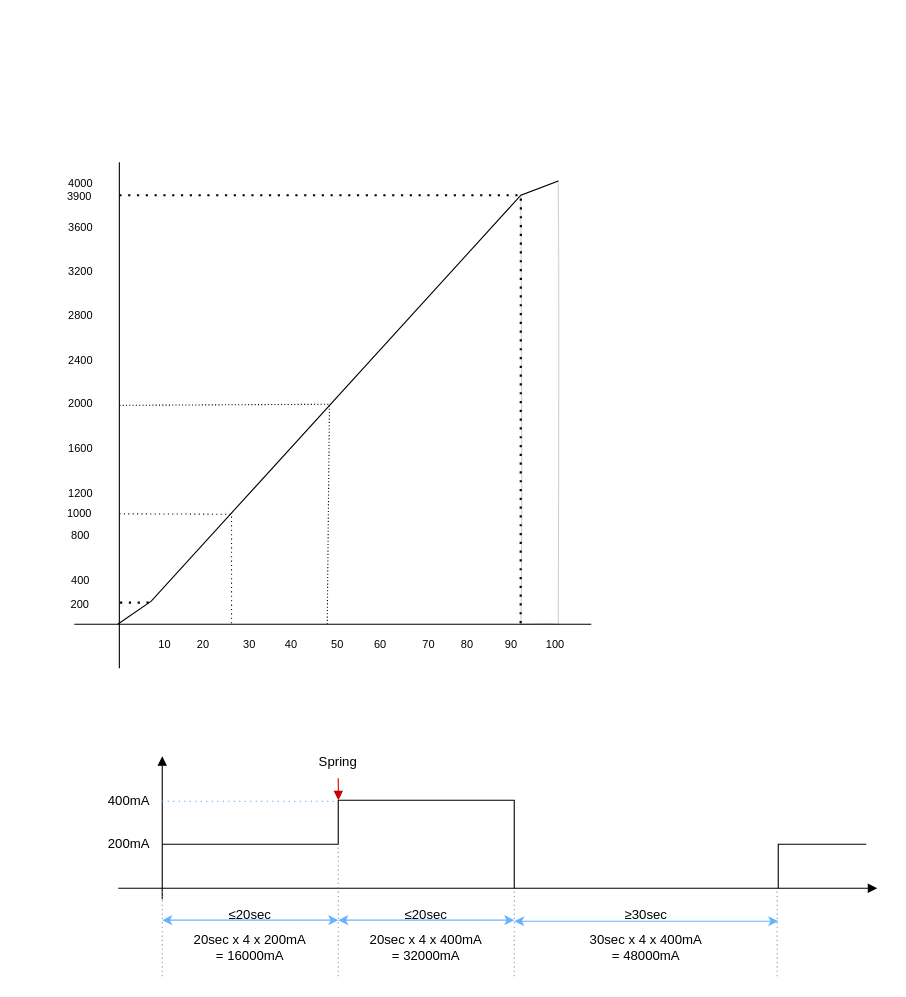
The draw.io diagram Untitled Diagram.drawio in mightyZap25/Manual, before the edit. Source tidied: cells renumbered, new cells numbered last; positions are measured from the earlier drawing's top-left corner, leaving out a move shared by most shapes. Both pictures are drawn from the tidied source at 110%, with x=0, y=0 at pixel (31, 162).
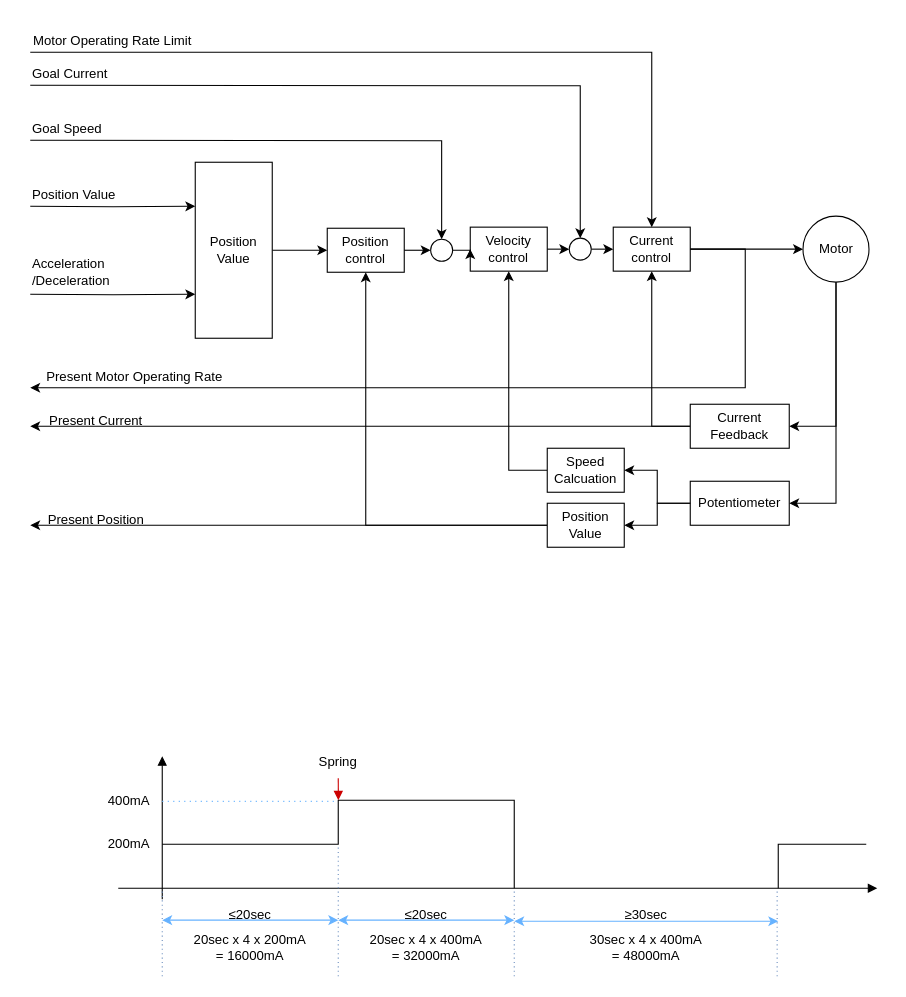
The same diagram, later.

What changed in the source:
```diff
@@
-    <mxCell id="24" style="endArrow=none;html=1;rounded=0;" parent="1" edge="1">
-      <mxGeometry relative="1" as="geometry">
-        <mxPoint x="80" y="460" as="sourcePoint" />
-        <mxPoint x="80" as="targetPoint" />
-      </mxGeometry>
-    </mxCell>
-    <mxCell id="25" style="endArrow=none;html=1;rounded=0;" parent="1" edge="1">
-      <mxGeometry relative="1" as="geometry">
-        <mxPoint x="39" y="420" as="sourcePoint" />
-        <mxPoint x="509" y="420" as="targetPoint" />
-      </mxGeometry>
-    </mxCell>
-    <mxCell id="26" style="endArrow=none;html=1;rounded=0;entryX=1;entryY=0;entryDx=0;entryDy=0;" parent="1" edge="1" target="28">
-      <mxGeometry relative="1" as="geometry">
-        <mxPoint x="78.5" y="420" as="sourcePoint" />
-        <Array as="points">
-          <mxPoint x="109" y="399" />
-          <mxPoint x="445" y="30" />
-        </Array>
-      </mxGeometry>
-    </mxCell>
-    <mxCell id="27" style="verticalLabelPosition=bottom;verticalAlign=top;html=1;shape=mxgraph.basic.orthogonal_triangle;rotation=-90;strokeColor=none;sketch=1;strokeWidth=0;fillColor=#3399FF;" parent="1" vertex="1">
-      <mxGeometry x="85.1" y="396.6" width="18.8" height="28.5" as="geometry" />
-    </mxCell>
-    <mxCell id="28" style="shape=manualInput;whiteSpace=wrap;html=1;sketch=1;strokeColor=default;strokeWidth=0;fillColor=#3399FF;size=13;" parent="1" vertex="1">
-      <mxGeometry x="445" y="17" width="34" height="403" as="geometry" />
-    </mxCell>
-    <mxCell id="29" value="10" style="text;html=1;strokeColor=none;fillColor=none;align=center;verticalAlign=middle;whiteSpace=wrap;rounded=0;sketch=1;fontSize=10;" parent="1" vertex="1">
-      <mxGeometry x="103.8" y="430" width="35.2" height="15.2" as="geometry" />
-    </mxCell>
-    <mxCell id="30" value="400" style="text;html=1;strokeColor=none;fillColor=none;align=center;verticalAlign=middle;whiteSpace=wrap;rounded=0;sketch=1;fontSize=10;" parent="1" vertex="1">
-      <mxGeometry x="0.1" y="373" width="90" height="13.2" as="geometry" />
-    </mxCell>
-    <mxCell id="31" value="20" style="text;html=1;strokeColor=none;fillColor=none;align=center;verticalAlign=middle;whiteSpace=wrap;rounded=0;sketch=1;fontSize=10;" parent="1" vertex="1">
-      <mxGeometry x="139" y="430" width="35.2" height="15.2" as="geometry" />
-    </mxCell>
-    <mxCell id="32" value="30" style="text;html=1;strokeColor=none;fillColor=none;align=center;verticalAlign=middle;whiteSpace=wrap;rounded=0;sketch=1;fontSize=10;" parent="1" vertex="1">
-      <mxGeometry x="181.4" y="430" width="35.2" height="15.2" as="geometry" />
-    </mxCell>
-    <mxCell id="33" value="40" style="text;html=1;strokeColor=none;fillColor=none;align=center;verticalAlign=middle;whiteSpace=wrap;rounded=0;sketch=1;fontSize=10;" parent="1" vertex="1">
-      <mxGeometry x="219" y="430" width="35.2" height="15.2" as="geometry" />
-    </mxCell>
-    <mxCell id="34" value="50" style="text;html=1;strokeColor=none;fillColor=none;align=center;verticalAlign=middle;whiteSpace=wrap;rounded=0;sketch=1;fontSize=10;" parent="1" vertex="1">
-      <mxGeometry x="261.4" y="430" width="35.2" height="15.2" as="geometry" />
-    </mxCell>
-    <mxCell id="35" value="60" style="text;html=1;strokeColor=none;fillColor=none;align=center;verticalAlign=middle;whiteSpace=wrap;rounded=0;sketch=1;fontSize=10;" parent="1" vertex="1">
-      <mxGeometry x="299.5" y="430" width="35.2" height="15.2" as="geometry" />
-    </mxCell>
-    <mxCell id="36" value="70" style="text;html=1;strokeColor=none;fillColor=none;align=center;verticalAlign=middle;whiteSpace=wrap;rounded=0;sketch=1;fontSize=10;" parent="1" vertex="1">
-      <mxGeometry x="343.5" y="430" width="35.2" height="15.2" as="geometry" />
-    </mxCell>
-    <mxCell id="37" value="80" style="text;html=1;strokeColor=none;fillColor=none;align=center;verticalAlign=middle;whiteSpace=wrap;rounded=0;sketch=1;fontSize=10;" parent="1" vertex="1">
-      <mxGeometry x="378.8" y="430" width="35.2" height="15.2" as="geometry" />
-    </mxCell>
-    <mxCell id="38" value="90" style="text;html=1;strokeColor=none;fillColor=none;align=center;verticalAlign=middle;whiteSpace=wrap;rounded=0;sketch=1;fontSize=10;" parent="1" vertex="1">
-      <mxGeometry x="419" y="430" width="35.2" height="15.2" as="geometry" />
-    </mxCell>
-    <mxCell id="39" value="100" style="text;html=1;strokeColor=none;fillColor=none;align=center;verticalAlign=middle;whiteSpace=wrap;rounded=0;sketch=1;fontSize=10;" parent="1" vertex="1">
-      <mxGeometry x="459" y="430" width="35.2" height="15.2" as="geometry" />
-    </mxCell>
-    <mxCell id="40" value="800" style="text;html=1;strokeColor=none;fillColor=none;align=center;verticalAlign=middle;whiteSpace=wrap;rounded=0;sketch=1;fontSize=10;" parent="1" vertex="1">
-      <mxGeometry x="0.1" y="331" width="90" height="15.2" as="geometry" />
-    </mxCell>
-    <mxCell id="41" value="1200" style="text;html=1;strokeColor=none;fillColor=none;align=center;verticalAlign=middle;whiteSpace=wrap;rounded=0;sketch=1;fontSize=10;" parent="1" vertex="1">
-      <mxGeometry x="0.1" y="293" width="90" height="15.2" as="geometry" />
-    </mxCell>
-    <mxCell id="42" value="1600" style="text;html=1;strokeColor=none;fillColor=none;align=center;verticalAlign=middle;whiteSpace=wrap;rounded=0;sketch=1;fontSize=10;" parent="1" vertex="1">
-      <mxGeometry x="0.1" y="252" width="90" height="15.2" as="geometry" />
-    </mxCell>
-    <mxCell id="43" value="2000" style="text;html=1;strokeColor=none;fillColor=none;align=center;verticalAlign=middle;whiteSpace=wrap;rounded=0;sketch=1;fontSize=10;" parent="1" vertex="1">
-      <mxGeometry x="0.1" y="211" width="90" height="15.2" as="geometry" />
-    </mxCell>
-    <mxCell id="44" value="2400" style="text;html=1;strokeColor=none;fillColor=none;align=center;verticalAlign=middle;whiteSpace=wrap;rounded=0;sketch=1;fontSize=10;" parent="1" vertex="1">
-      <mxGeometry x="0.1" y="172.4" width="90" height="15.2" as="geometry" />
-    </mxCell>
-    <mxCell id="45" value="2800" style="text;html=1;strokeColor=none;fillColor=none;align=center;verticalAlign=middle;whiteSpace=wrap;rounded=0;sketch=1;fontSize=10;" parent="1" vertex="1">
-      <mxGeometry x="0.1" y="131" width="90" height="15.2" as="geometry" />
-    </mxCell>
-    <mxCell id="46" value="3200" style="text;html=1;strokeColor=none;fillColor=none;align=center;verticalAlign=middle;whiteSpace=wrap;rounded=0;sketch=1;fontSize=10;" parent="1" vertex="1">
-      <mxGeometry x="0.1" y="91.8" width="90" height="15.2" as="geometry" />
-    </mxCell>
-    <mxCell id="47" value="3600" style="text;html=1;strokeColor=none;fillColor=none;align=center;verticalAlign=middle;whiteSpace=wrap;rounded=0;sketch=1;fontSize=10;" parent="1" vertex="1">
-      <mxGeometry x="0.1" y="51" width="90" height="15.2" as="geometry" />
-    </mxCell>
-    <mxCell id="48" value="4000" style="text;html=1;strokeColor=none;fillColor=none;align=center;verticalAlign=middle;whiteSpace=wrap;rounded=0;sketch=1;fontSize=10;" parent="1" vertex="1">
-      <mxGeometry x="0.1" y="11" width="90" height="15.2" as="geometry" />
-    </mxCell>
-    <mxCell id="49" value="200" style="text;html=1;strokeColor=none;fillColor=none;align=center;verticalAlign=middle;whiteSpace=wrap;rounded=0;sketch=1;fontSize=10;" parent="1" vertex="1">
-      <mxGeometry x="9" y="395.3" width="71" height="13.2" as="geometry" />
-    </mxCell>
-    <mxCell id="50" value="3900" style="text;html=1;strokeColor=none;fillColor=none;align=center;verticalAlign=middle;whiteSpace=wrap;rounded=0;sketch=1;fontSize=10;" parent="1" vertex="1">
-      <mxGeometry x="9" y="23.2" width="70" height="15.2" as="geometry" />
-    </mxCell>
-    <mxCell id="51" value="1000" style="text;html=1;strokeColor=none;fillColor=none;align=center;verticalAlign=middle;whiteSpace=wrap;rounded=0;sketch=1;fontSize=10;" parent="1" vertex="1">
-      <mxGeometry x="9" y="311.8" width="70" height="15.2" as="geometry" />
-    </mxCell>
-    <mxCell id="52" style="endArrow=none;dashed=1;html=1;dashPattern=1 3;strokeWidth=2;rounded=0;fontSize=10;exitX=1.009;exitY=0.387;exitDx=0;exitDy=0;spacing=0;exitPerimeter=0;entryX=1.066;entryY=0.994;entryDx=0;entryDy=0;entryPerimeter=0;" parent="1" edge="1" source="49" target="27">
-      <mxGeometry relative="1" as="geometry" />
-    </mxCell>
-    <mxCell id="53" style="endArrow=none;dashed=1;html=1;dashPattern=1 3;strokeWidth=1;rounded=0;fontSize=10;exitX=1;exitY=0.5;exitDx=0;exitDy=0;spacing=0;" parent="1" edge="1">
-      <mxGeometry relative="1" as="geometry">
-        <mxPoint x="80.1" y="319.6" as="sourcePoint" />
-        <mxPoint x="182" y="420" as="targetPoint" />
-        <Array as="points">
-          <mxPoint x="182" y="320" />
-        </Array>
-      </mxGeometry>
-    </mxCell>
-    <mxCell id="54" style="endArrow=none;dashed=1;html=1;dashPattern=1 3;strokeWidth=2;rounded=0;fontSize=10;spacing=0;entryX=-0.005;entryY=1.008;entryDx=0;entryDy=0;entryPerimeter=0;" parent="1" edge="1" target="28">
-      <mxGeometry relative="1" as="geometry">
-        <mxPoint x="80" y="30" as="sourcePoint" />
-        <Array as="points">
-          <mxPoint x="445" y="30" />
-        </Array>
-      </mxGeometry>
-    </mxCell>
-    <mxCell id="55" style="endArrow=none;dashed=1;html=1;dashPattern=1 2;strokeWidth=1;rounded=0;fontSize=10;exitX=1;exitY=0.5;exitDx=0;exitDy=0;spacing=0;" parent="1" edge="1">
-      <mxGeometry relative="1" as="geometry">
-        <mxPoint x="80" y="221" as="sourcePoint" />
-        <mxPoint x="269" y="420" as="targetPoint" />
-        <Array as="points">
-          <mxPoint x="271" y="220" />
-        </Array>
-      </mxGeometry>
-    </mxCell>
+    <mxCell id="56" style="group;" parent="1" vertex="1">
+      <mxGeometry x="-11" y="-130" width="772.5" height="480" as="geometry" />
+    </mxCell>
+    <mxCell id="57" value="Position&lt;br&gt;control" style="rounded=0;whiteSpace=wrap;html=1;" parent="56" vertex="1">
+      <mxGeometry x="280" y="190" width="70" height="40" as="geometry" />
+    </mxCell>
+    <mxCell id="58" value="Velocity&lt;br&gt;control" style="rounded=0;whiteSpace=wrap;html=1;" parent="56" vertex="1">
+      <mxGeometry x="410" y="189" width="70" height="40" as="geometry" />
+    </mxCell>
+    <mxCell id="59" value="Current&lt;br&gt;control" style="rounded=0;whiteSpace=wrap;html=1;" parent="56" vertex="1">
+      <mxGeometry x="540" y="189" width="70" height="40" as="geometry" />
+    </mxCell>
+    <mxCell id="60" value="Motor" style="ellipse;whiteSpace=wrap;html=1;" parent="56" vertex="1">
+      <mxGeometry x="712.5" y="179" width="60" height="60" as="geometry" />
+    </mxCell>
+    <mxCell id="61" value="Potentiometer" style="rounded=0;whiteSpace=wrap;html=1;" parent="56" vertex="1">
+      <mxGeometry x="610" y="420" width="90" height="40" as="geometry" />
+    </mxCell>
+    <mxCell id="62" style="edgeStyle=orthogonalEdgeStyle;rounded=0;jettySize=auto;html=1;exitX=0.5;exitY=1;exitDx=0;exitDy=0;entryX=1;entryY=0.5;entryDx=0;entryDy=0;" parent="56" edge="1" source="60" target="61">
+      <mxGeometry relative="1" as="geometry" />
+    </mxCell>
+    <mxCell id="63" style="edgeStyle=orthogonalEdgeStyle;rounded=0;jettySize=auto;html=1;exitX=1;exitY=0.5;exitDx=0;exitDy=0;entryX=0;entryY=0.5;entryDx=0;entryDy=0;" parent="56" edge="1" source="64" target="58">
+      <mxGeometry relative="1" as="geometry" />
+    </mxCell>
+    <mxCell id="64" style="ellipse;whiteSpace=wrap;html=1;" parent="56" vertex="1">
+      <mxGeometry x="374" y="200" width="20" height="20" as="geometry" />
+    </mxCell>
+    <mxCell id="65" style="edgeStyle=orthogonalEdgeStyle;rounded=0;jettySize=auto;html=1;exitX=1;exitY=0.5;exitDx=0;exitDy=0;entryX=0;entryY=0.5;entryDx=0;entryDy=0;" parent="56" edge="1" source="57" target="64">
+      <mxGeometry relative="1" as="geometry" />
+    </mxCell>
+    <mxCell id="66" style="edgeStyle=orthogonalEdgeStyle;rounded=0;jettySize=auto;html=1;exitX=1;exitY=0.5;exitDx=0;exitDy=0;entryX=0;entryY=0.5;entryDx=0;entryDy=0;" parent="56" edge="1" source="67" target="59">
+      <mxGeometry relative="1" as="geometry" />
+    </mxCell>
+    <mxCell id="67" style="ellipse;whiteSpace=wrap;html=1;" parent="56" vertex="1">
+      <mxGeometry x="500" y="199" width="20" height="20" as="geometry" />
+    </mxCell>
+    <mxCell id="68" style="edgeStyle=orthogonalEdgeStyle;rounded=0;jettySize=auto;html=1;exitX=1;exitY=0.5;exitDx=0;exitDy=0;entryX=0;entryY=0.5;entryDx=0;entryDy=0;" parent="56" edge="1" source="58" target="67">
+      <mxGeometry relative="1" as="geometry" />
+    </mxCell>
+    <mxCell id="69" style="edgeStyle=orthogonalEdgeStyle;rounded=0;jettySize=auto;html=1;entryX=0.5;entryY=0;entryDx=0;entryDy=0;" parent="56" edge="1" target="64">
+      <mxGeometry relative="1" as="geometry">
+        <mxPoint x="10" y="110" as="sourcePoint" />
+      </mxGeometry>
+    </mxCell>
+    <mxCell id="70" style="edgeStyle=orthogonalEdgeStyle;rounded=0;jettySize=auto;html=1;entryX=0;entryY=0.25;entryDx=0;entryDy=0;" parent="56" edge="1" target="72">
+      <mxGeometry relative="1" as="geometry">
+        <mxPoint x="10" y="170" as="sourcePoint" />
+      </mxGeometry>
+    </mxCell>
+    <mxCell id="71" style="edgeStyle=orthogonalEdgeStyle;rounded=0;jettySize=auto;html=1;exitX=1;exitY=0.5;exitDx=0;exitDy=0;entryX=0;entryY=0.5;entryDx=0;entryDy=0;" parent="56" edge="1" source="72" target="57">
+      <mxGeometry relative="1" as="geometry" />
+    </mxCell>
+    <mxCell id="72" value="Position&lt;br&gt;Value" style="rounded=0;whiteSpace=wrap;html=1;" parent="56" vertex="1">
+      <mxGeometry x="160" y="130" width="70" height="160" as="geometry" />
+    </mxCell>
+    <mxCell id="73" style="edgeStyle=orthogonalEdgeStyle;rounded=0;jettySize=auto;html=1;entryX=0.5;entryY=0;entryDx=0;entryDy=0;" parent="56" edge="1" target="67">
+      <mxGeometry relative="1" as="geometry">
+        <mxPoint x="10" y="60" as="sourcePoint" />
+      </mxGeometry>
+    </mxCell>
+    <mxCell id="74" style="edgeStyle=orthogonalEdgeStyle;rounded=0;jettySize=auto;html=1;entryX=0;entryY=0.75;entryDx=0;entryDy=0;" parent="56" edge="1" target="72">
+      <mxGeometry relative="1" as="geometry">
+        <mxPoint x="10" y="250" as="sourcePoint" />
+      </mxGeometry>
+    </mxCell>
+    <mxCell id="75" style="edgeStyle=orthogonalEdgeStyle;rounded=0;jettySize=auto;html=1;exitX=0;exitY=0.5;exitDx=0;exitDy=0;entryX=0.5;entryY=1;entryDx=0;entryDy=0;" parent="56" edge="1" source="76" target="58">
+      <mxGeometry relative="1" as="geometry" />
+    </mxCell>
+    <mxCell id="76" value="Speed&lt;br&gt;Calcuation" style="rounded=0;whiteSpace=wrap;html=1;" parent="56" vertex="1">
+      <mxGeometry x="480" y="390" width="70" height="40" as="geometry" />
+    </mxCell>
+    <mxCell id="77" style="edgeStyle=orthogonalEdgeStyle;rounded=0;jettySize=auto;html=1;exitX=0;exitY=0.5;exitDx=0;exitDy=0;entryX=1;entryY=0.5;entryDx=0;entryDy=0;" parent="56" edge="1" source="61" target="76">
+      <mxGeometry relative="1" as="geometry" />
+    </mxCell>
+    <mxCell id="78" style="edgeStyle=orthogonalEdgeStyle;rounded=0;jettySize=auto;html=1;exitX=0;exitY=0.5;exitDx=0;exitDy=0;entryX=0.5;entryY=1;entryDx=0;entryDy=0;" parent="56" edge="1" source="80" target="59">
+      <mxGeometry relative="1" as="geometry" />
+    </mxCell>
+    <mxCell id="79" style="edgeStyle=orthogonalEdgeStyle;rounded=0;jettySize=auto;html=1;exitX=0;exitY=0.5;exitDx=0;exitDy=0;" parent="56" edge="1" source="80">
+      <mxGeometry relative="1" as="geometry">
+        <mxPoint x="10" y="370" as="targetPoint" />
+      </mxGeometry>
+    </mxCell>
+    <mxCell id="80" value="Current&lt;br&gt;Feedback" style="rounded=0;whiteSpace=wrap;html=1;" parent="56" vertex="1">
+      <mxGeometry x="610" y="350" width="90" height="40" as="geometry" />
+    </mxCell>
+    <mxCell id="81" style="edgeStyle=orthogonalEdgeStyle;rounded=0;jettySize=auto;html=1;exitX=0.5;exitY=1;exitDx=0;exitDy=0;entryX=1;entryY=0.5;entryDx=0;entryDy=0;" parent="56" edge="1" source="60" target="80">
+      <mxGeometry relative="1" as="geometry" />
+    </mxCell>
+    <mxCell id="82" style="edgeStyle=orthogonalEdgeStyle;rounded=0;jettySize=auto;html=1;exitX=0;exitY=0.5;exitDx=0;exitDy=0;entryX=0.5;entryY=1;entryDx=0;entryDy=0;" parent="56" edge="1" source="84" target="57">
+      <mxGeometry relative="1" as="geometry" />
+    </mxCell>
+    <mxCell id="83" style="edgeStyle=orthogonalEdgeStyle;rounded=0;jettySize=auto;html=1;exitX=0;exitY=0.5;exitDx=0;exitDy=0;" parent="56" edge="1" source="84">
+      <mxGeometry relative="1" as="geometry">
+        <mxPoint x="10" y="460" as="targetPoint" />
+      </mxGeometry>
+    </mxCell>
+    <mxCell id="84" value="Position&lt;br&gt;Value" style="rounded=0;whiteSpace=wrap;html=1;" parent="56" vertex="1">
+      <mxGeometry x="480" y="440" width="70" height="40" as="geometry" />
+    </mxCell>
+    <mxCell id="85" value="Present Current" style="text;html=1;strokeColor=none;fillColor=none;align=center;verticalAlign=middle;whiteSpace=wrap;rounded=0;" parent="56" vertex="1">
+      <mxGeometry x="20" y="350" width="100" height="30" as="geometry" />
+    </mxCell>
+    <mxCell id="86" value="Present Position" style="text;html=1;strokeColor=none;fillColor=none;align=center;verticalAlign=middle;whiteSpace=wrap;rounded=0;" parent="56" vertex="1">
+      <mxGeometry x="20" y="440" width="100" height="30" as="geometry" />
+    </mxCell>
+    <mxCell id="87" style="edgeStyle=orthogonalEdgeStyle;rounded=0;jettySize=auto;html=1;exitX=0;exitY=0.5;exitDx=0;exitDy=0;entryX=1;entryY=0.5;entryDx=0;entryDy=0;" parent="56" edge="1" source="61" target="84">
+      <mxGeometry relative="1" as="geometry" />
+    </mxCell>
+    <mxCell id="88" style="edgeStyle=orthogonalEdgeStyle;rounded=0;jettySize=auto;html=1;" parent="56" edge="1" source="59" target="60">
+      <mxGeometry relative="1" as="geometry" />
+    </mxCell>
+    <mxCell id="89" style="edgeStyle=orthogonalEdgeStyle;rounded=0;jettySize=auto;html=1;exitX=1;exitY=0.5;exitDx=0;exitDy=0;" parent="56" edge="1" source="59">
+      <mxGeometry relative="1" as="geometry">
+        <mxPoint x="10" y="335" as="targetPoint" />
+        <Array as="points">
+          <mxPoint x="660" y="209" />
+          <mxPoint x="660" y="335" />
+        </Array>
+      </mxGeometry>
+    </mxCell>
+    <mxCell id="90" style="edgeStyle=orthogonalEdgeStyle;rounded=0;jettySize=auto;html=1;entryX=0.5;entryY=0;entryDx=0;entryDy=0;exitX=0;exitY=0;exitDx=0;exitDy=0;" parent="56" edge="1" source="92" target="59">
+      <mxGeometry relative="1" as="geometry">
+        <Array as="points">
+          <mxPoint x="575" y="30" />
+        </Array>
+      </mxGeometry>
+    </mxCell>
+    <mxCell id="91" value="Present Motor Operating Rate" style="text;html=1;strokeColor=none;fillColor=none;align=center;verticalAlign=middle;whiteSpace=wrap;rounded=0;" parent="56" vertex="1">
+      <mxGeometry x="20" y="310" width="170" height="30" as="geometry" />
+    </mxCell>
+    <mxCell id="92" value="Goal Current" style="rounded=0;whiteSpace=wrap;html=1;strokeColor=none;fillColor=none;align=left;" parent="56" vertex="1">
+      <mxGeometry x="10" y="30" width="90" height="40" as="geometry" />
+    </mxCell>
+    <mxCell id="93" value="Motor&amp;nbsp;Operating Rate&amp;nbsp;Limit" style="rounded=0;whiteSpace=wrap;html=1;fillColor=none;strokeColor=none;" parent="56" vertex="1">
+      <mxGeometry width="170" height="40" as="geometry" />
+    </mxCell>
+    <mxCell id="94" value="Goal Speed" style="rounded=0;whiteSpace=wrap;html=1;fillColor=none;strokeColor=none;align=left;" parent="56" vertex="1">
+      <mxGeometry x="10" y="90" width="90" height="20" as="geometry" />
+    </mxCell>
+    <mxCell id="95" value="Position Value" style="rounded=0;whiteSpace=wrap;html=1;fillColor=none;strokeColor=none;align=left;" parent="56" vertex="1">
+      <mxGeometry x="10" y="150" width="90" height="20" as="geometry" />
+    </mxCell>
+    <mxCell id="96" value="Acceleration&lt;br&gt;/Deceleration" style="rounded=0;whiteSpace=wrap;html=1;align=left;fillColor=none;strokeColor=none;" parent="56" vertex="1">
+      <mxGeometry x="10" y="210" width="90" height="40" as="geometry" />
+    </mxCell>
```
